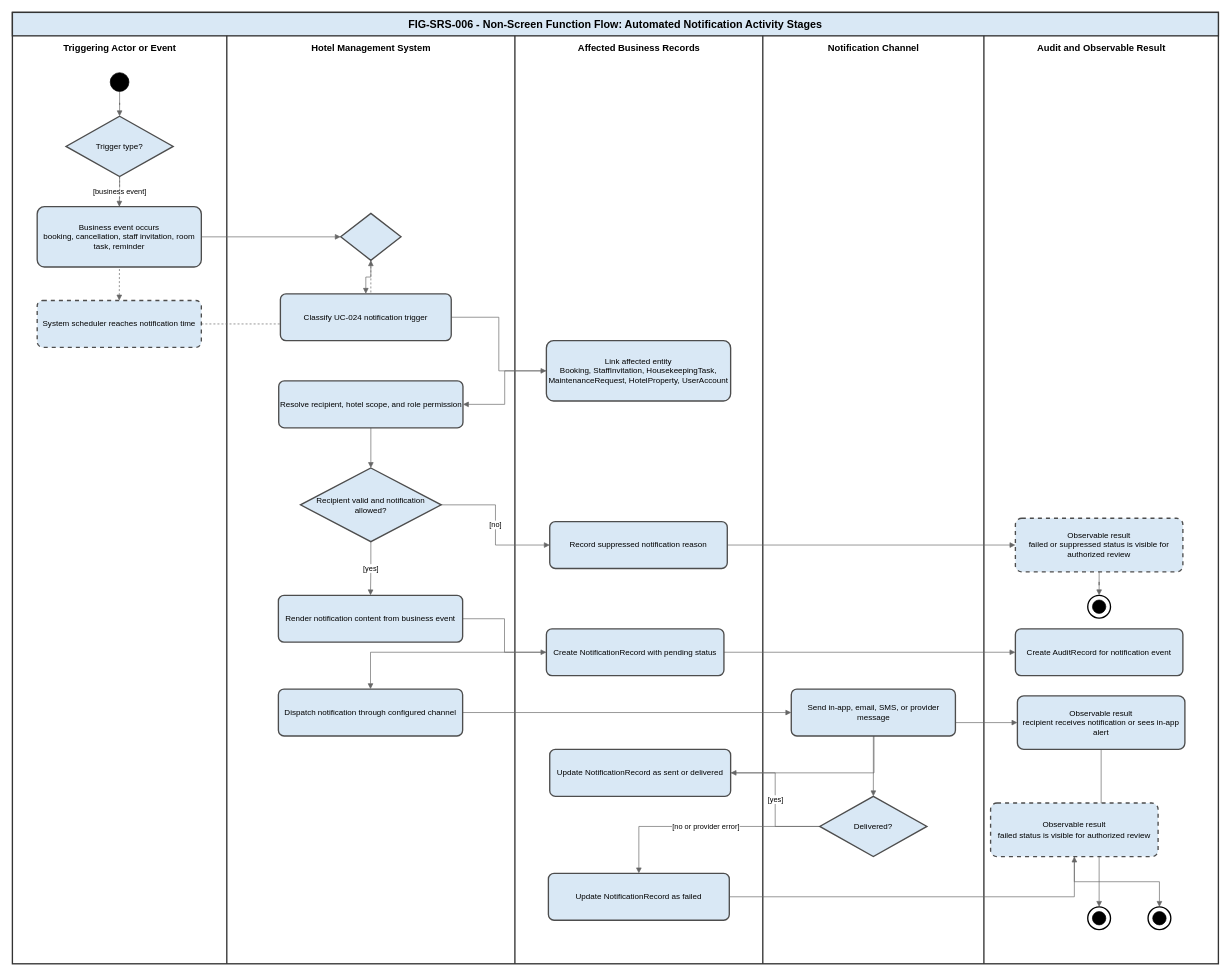
Before: diagrams/drawio/FIG-SRS-006_activity_nsf_001_automated_notification.drawio in thaideptrai218/hotel-management-system-srs, a draw.io diagram. Source tidied: cells renumbered, new cells numbered last; positions are measured from the earlier drawing's top-left corner, leaving out a move shared by most shapes. Both pictures are drawn from the tidied source at 67%, with x=0, y=0 at pixel (12, 12).
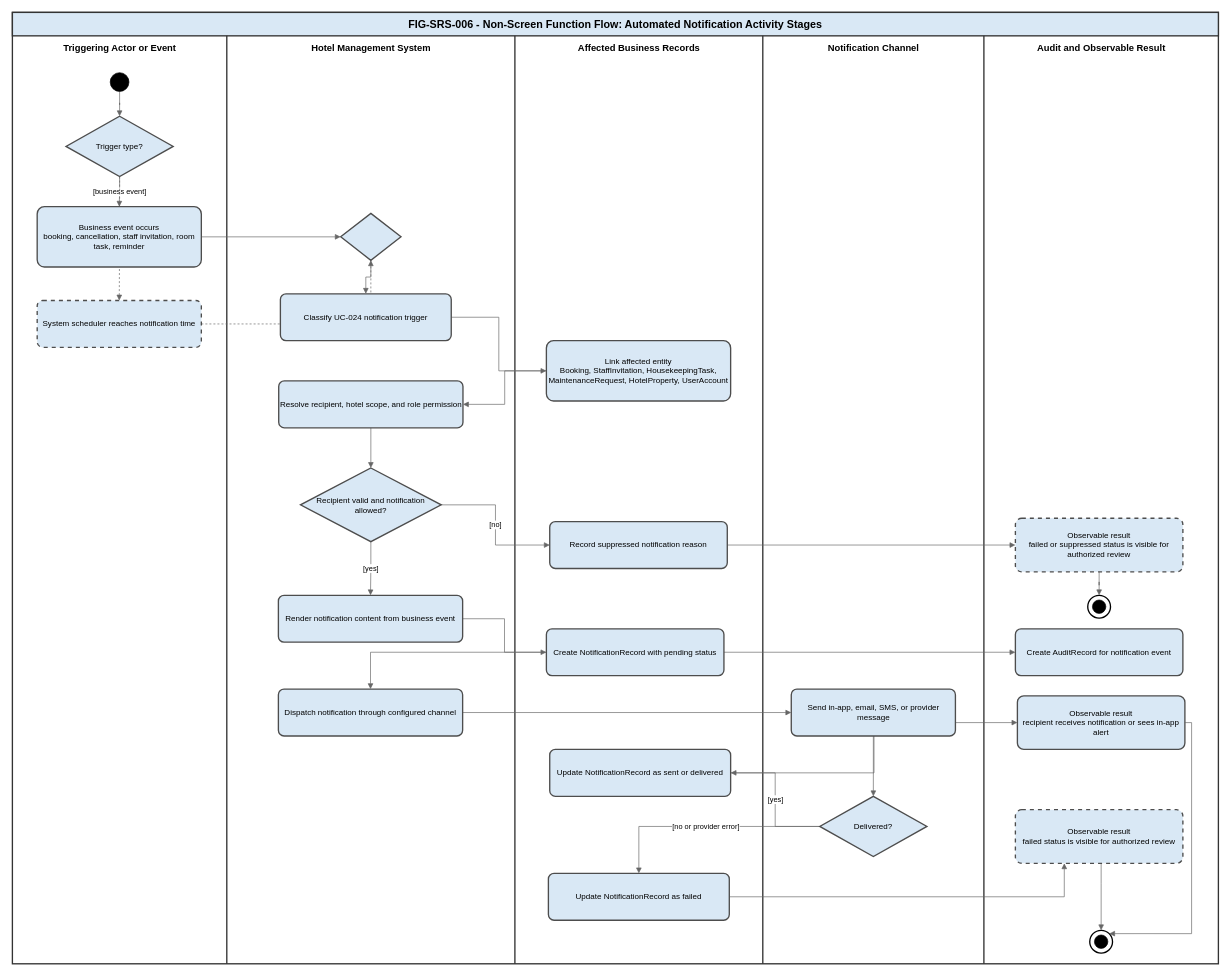
After the change.

Commit message (it also covers changes not shown here):
fix(diagrams): update automated notification activity

The change refers to these unchanged cells:
```xml
<mxCell id="56" value="Update NotificationRecord as failed" style="rounded=1;whiteSpace=wrap;html=1;arcSize=12;fillColor=#d9e8f5;strokeColor=#4d4d4d;strokeWidth=2;fontSize=12;" parent="1" vertex="1">
  <mxGeometry x="800" y="1285" width="270" height="70" as="geometry" />
</mxCell>
<mxCell id="57" value="Observable result&#10;recipient receives notification or sees in-app alert" style="rounded=1;whiteSpace=wrap;html=1;arcSize=12;fillColor=#d9e8f5;strokeColor=#4d4d4d;strokeWidth=2;fontSize=12;" parent="1" vertex="1">
  <mxGeometry x="1500" y="1020" width="250" height="80" as="geometry" />
</mxCell>
```

Diff of the diagram source:
```diff
@@
     <mxCell id="34" style="endArrow=block;html=1;rounded=0;edgeStyle=orthogonalEdgeStyle;jettySize=auto;fontSize=11;strokeColor=#666666;" parent="1" edge="1" source="56" target="58">
-      <mxGeometry relative="1" as="geometry" />
+      <mxGeometry relative="1" as="geometry">
+        <Array as="points">
+          <mxPoint x="1570" y="1320" />
+        </Array>
+      </mxGeometry>
     </mxCell>
-    <mxCell id="35" style="endArrow=block;html=1;rounded=0;edgeStyle=orthogonalEdgeStyle;jettySize=auto;fontSize=11;strokeColor=#666666;" parent="1" edge="1" source="57" target="59">
-      <mxGeometry relative="1" as="geometry" />
-    </mxCell>
     <mxCell id="36" style="endArrow=block;html=1;rounded=0;edgeStyle=orthogonalEdgeStyle;jettySize=auto;fontSize=11;strokeColor=#666666;" parent="1" edge="1" source="58" target="60">
-      <mxGeometry relative="1" as="geometry" />
+      <mxGeometry relative="1" as="geometry">
+        <Array as="points">
+          <mxPoint x="1625" y="1300" />
+          <mxPoint x="1625" y="1300" />
+        </Array>
+      </mxGeometry>
     </mxCell>
@@
     <mxCell id="58" value="Observable result&#10;failed status is visible for authorized review" style="rounded=1;whiteSpace=wrap;html=1;arcSize=12;fillColor=#d9e8f5;strokeColor=#4d4d4d;strokeWidth=2;fontSize=12;dashed=1;" parent="1" vertex="1">
-      <mxGeometry x="1460" y="1180" width="250" height="80" as="geometry" />
+      <mxGeometry x="1497" y="1190" width="250" height="80" as="geometry" />
     </mxCell>
-    <mxCell id="59" style="ellipse;whiteSpace=wrap;html=1;fillColor=#ffffff;strokeColor=#000000;strokeWidth=2;" parent="1" vertex="1">
-      <mxGeometry x="1605" y="1335" width="34" height="34" as="geometry" />
-    </mxCell>
     <mxCell id="60" style="ellipse;whiteSpace=wrap;html=1;fillColor=#ffffff;strokeColor=#000000;strokeWidth=2;" parent="1" vertex="1">
-      <mxGeometry x="1695" y="1335" width="34" height="34" as="geometry" />
+      <mxGeometry x="1608" y="1370" width="34" height="34" as="geometry" />
     </mxCell>
@@
-    <mxCell id="62" style="ellipse;whiteSpace=wrap;html=1;fillColor=#000000;strokeColor=#000000;" parent="1" vertex="1">
-      <mxGeometry x="1612" y="1342" width="20" height="20" as="geometry" />
-    </mxCell>
     <mxCell id="63" style="ellipse;whiteSpace=wrap;html=1;fillColor=#000000;strokeColor=#000000;" parent="1" vertex="1">
-      <mxGeometry x="1702" y="1342" width="20" height="20" as="geometry" />
+      <mxGeometry x="1615" y="1377" width="20" height="20" as="geometry" />
     </mxCell>
+    <mxCell id="64" style="endArrow=block;html=1;rounded=0;edgeStyle=orthogonalEdgeStyle;jettySize=auto;fontSize=11;strokeColor=#666666;entryX=1;entryY=0;entryDx=0;entryDy=0;" parent="1" edge="1" source="57" target="60">
+      <mxGeometry relative="1" as="geometry">
+        <Array as="points">
+          <mxPoint x="1760" y="1060" />
+          <mxPoint x="1760" y="1375" />
+        </Array>
+      </mxGeometry>
+    </mxCell>
```
